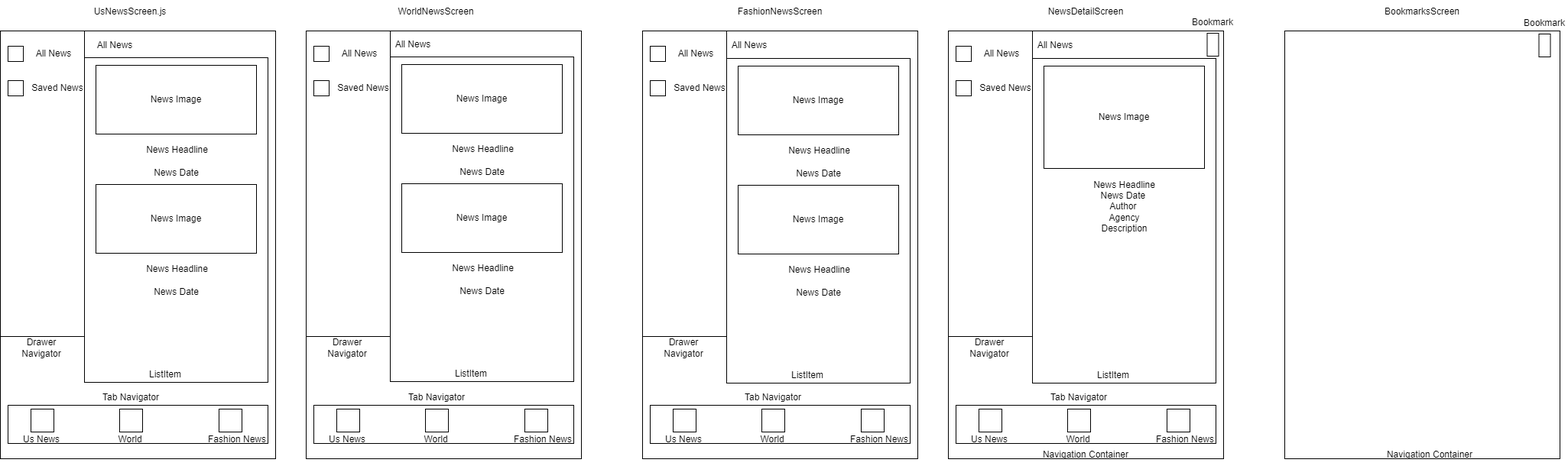
The draw.io diagram Week11/News/docs/News.drawio.png in Suri2027/IST236_2024, before a commit. Source tidied: cells renumbered, new cells last; positions are measured from the earlier drawing's top-left corner, leaving out a move shared by most shapes.
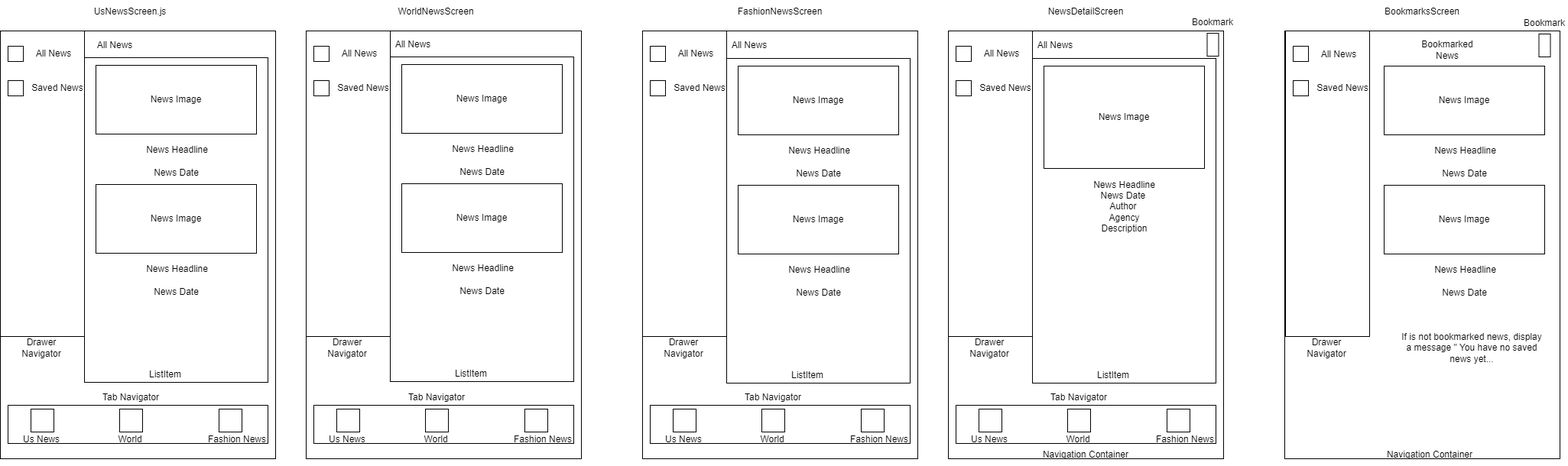
The same diagram one commit later.

Change to the diagram source:
```diff
@@ -317,5 +317,47 @@
     <mxCell id="106" value="Bookmark" style="text;html=1;align=center;verticalAlign=middle;whiteSpace=wrap;rounded=0;" parent="1" vertex="1">
       <mxGeometry x="2135" y="15" width="60" height="30" as="geometry" />
     </mxCell>
+    <mxCell id="107" style="rounded=0;whiteSpace=wrap;html=1;rotation=90;" parent="1" vertex="1">
+      <mxGeometry x="1681" y="185" width="400" height="110" as="geometry" />
+    </mxCell>
+    <mxCell id="108" value="Drawer Navigator" style="text;html=1;align=center;verticalAlign=middle;whiteSpace=wrap;rounded=0;" parent="1" vertex="1">
+      <mxGeometry x="1850" y="440" width="60" height="30" as="geometry" />
+    </mxCell>
+    <mxCell id="109" style="whiteSpace=wrap;html=1;" parent="1" vertex="1">
+      <mxGeometry x="1836" y="60" width="20" height="20" as="geometry" />
+    </mxCell>
+    <mxCell id="110" style="whiteSpace=wrap;html=1;" parent="1" vertex="1">
+      <mxGeometry x="1836" y="105" width="20" height="20" as="geometry" />
+    </mxCell>
+    <mxCell id="111" value="Saved News" style="text;html=1;align=center;verticalAlign=middle;whiteSpace=wrap;rounded=0;" parent="1" vertex="1">
+      <mxGeometry x="1866" y="100" width="70" height="30" as="geometry" />
+    </mxCell>
+    <mxCell id="112" value="News Image" style="rounded=0;whiteSpace=wrap;html=1;" parent="1" vertex="1">
+      <mxGeometry x="1955" y="86" width="210" height="90" as="geometry" />
+    </mxCell>
+    <mxCell id="113" value="News Headline" style="text;html=1;align=center;verticalAlign=middle;whiteSpace=wrap;rounded=0;" parent="1" vertex="1">
+      <mxGeometry x="2019" y="182" width="85" height="30" as="geometry" />
+    </mxCell>
+    <mxCell id="114" value="News Date" style="text;html=1;align=center;verticalAlign=middle;whiteSpace=wrap;rounded=0;" parent="1" vertex="1">
+      <mxGeometry x="2018" y="212" width="85" height="30" as="geometry" />
+    </mxCell>
+    <mxCell id="115" value="News Image" style="rounded=0;whiteSpace=wrap;html=1;" parent="1" vertex="1">
+      <mxGeometry x="1955" y="242" width="210" height="90" as="geometry" />
+    </mxCell>
+    <mxCell id="116" value="News Headline" style="text;html=1;align=center;verticalAlign=middle;whiteSpace=wrap;rounded=0;" parent="1" vertex="1">
+      <mxGeometry x="2019" y="338" width="85" height="30" as="geometry" />
+    </mxCell>
+    <mxCell id="117" value="News Date" style="text;html=1;align=center;verticalAlign=middle;whiteSpace=wrap;rounded=0;" parent="1" vertex="1">
+      <mxGeometry x="2018" y="368" width="85" height="30" as="geometry" />
+    </mxCell>
+    <mxCell id="118" value="All News" style="text;html=1;align=center;verticalAlign=middle;whiteSpace=wrap;rounded=0;" parent="1" vertex="1">
+      <mxGeometry x="1866" y="56" width="60" height="30" as="geometry" />
+    </mxCell>
+    <mxCell id="119" value="Bookmarked News" style="text;html=1;align=center;verticalAlign=middle;whiteSpace=wrap;rounded=0;" parent="1" vertex="1">
+      <mxGeometry x="1995" y="50" width="86" height="30" as="geometry" />
+    </mxCell>
+    <mxCell id="120" value="If is not bookmarked news, display a message &quot; You have no saved news yet..." style="text;html=1;align=center;verticalAlign=middle;whiteSpace=wrap;rounded=0;" parent="1" vertex="1">
+      <mxGeometry x="1975" y="440" width="190" height="30" as="geometry" />
+    </mxCell>
   </root>
 </mxGraphModel>
```
